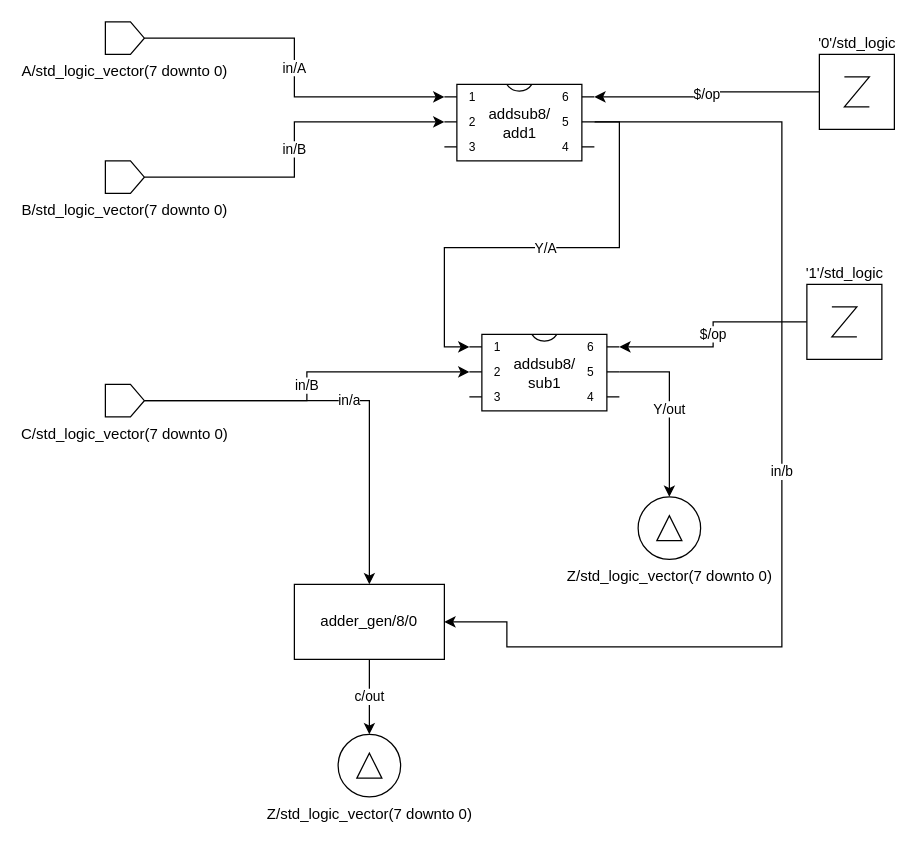
The draw.io diagram page "Page-11" (10 of 13) of Untitled Diagram.drawio in Chewilog/RTL_GEN, before the edit. Source tidied: cells renumbered, new cells numbered last; positions are measured from the earlier drawing's top-left corner, leaving out a move shared by most shapes. Both pictures are drawn from the tidied source at 125%, with x=0, y=0 at pixel (105, 21).
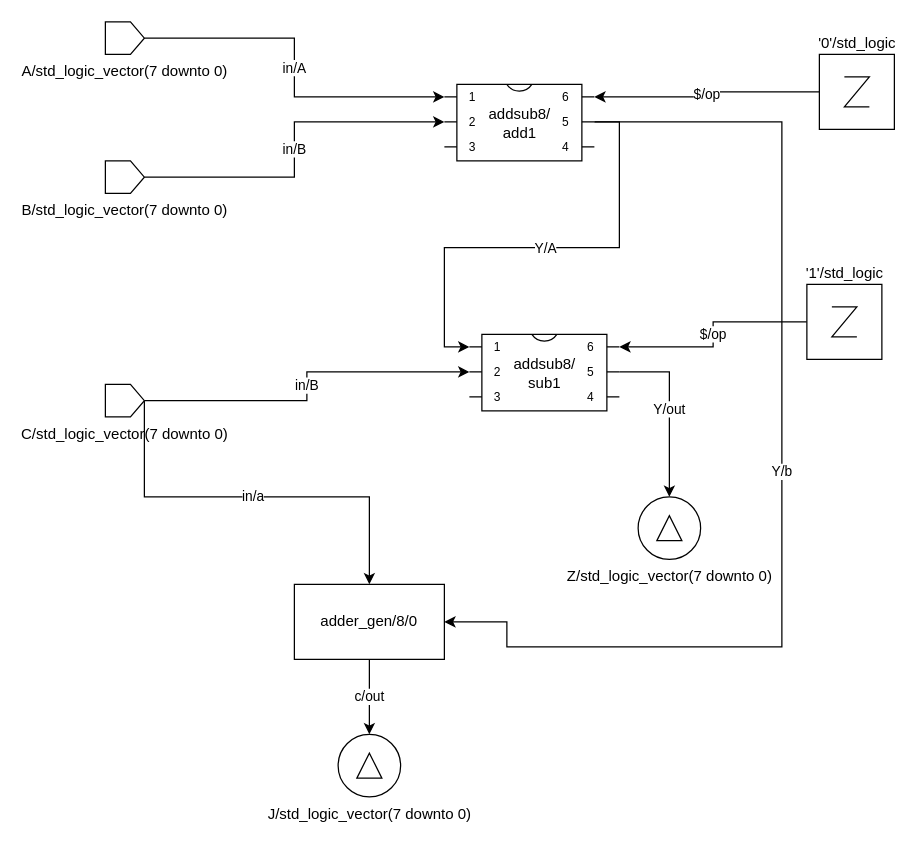
After the change.

Unchanged cells that the change refers to:
```xml
<mxCell id="4" value="addsub8/&lt;br&gt;add1" style="shadow=0;dashed=0;align=center;html=1;strokeWidth=1;shape=mxgraph.electrical.logic_gates.dual_inline_ic;labelNames=a,b,c,d,e,f,g,h,i,j,k,l,m,n,o,p,q,r,s,t;rotation=0;" parent="1" vertex="1">
  <mxGeometry x="271" y="50" width="120" height="61.2" as="geometry" />
</mxCell>
<mxCell id="12" value="C/std_logic_vector(7 downto 0)" style="verticalLabelPosition=bottom;shadow=0;dashed=0;align=center;html=1;verticalAlign=top;shape=mxgraph.electrical.abstract.dac;" parent="1" vertex="1">
  <mxGeometry x="-0.2" y="290" width="31.2" height="26" as="geometry" />
</mxCell>
<mxCell id="21" value="adder_gen/8/0" style="rounded=0;whiteSpace=wrap;html=1;labelBackgroundColor=#FFFFFF;fontColor=#000000;" parent="1" vertex="1">
  <mxGeometry x="151" y="450" width="120" height="60" as="geometry" />
</mxCell>
```

Diff of the diagram source:
```diff
@@
-    <mxCell id="3" value="in/b" style="edgeStyle=orthogonalEdgeStyle;rounded=0;jettySize=auto;html=1;exitX=1;exitY=0;exitDx=0;exitDy=30;exitPerimeter=0;entryX=1;entryY=0.5;entryDx=0;entryDy=0;" parent="1" edge="1" source="4" target="21">
+    <mxCell id="3" value="Y/b" style="edgeStyle=orthogonalEdgeStyle;rounded=0;jettySize=auto;html=1;exitX=1;exitY=0;exitDx=0;exitDy=30;exitPerimeter=0;entryX=1;entryY=0.5;entryDx=0;entryDy=0;" parent="1" edge="1" source="4" target="21">
       <mxGeometry relative="1" as="geometry">
         <Array as="points">
           <mxPoint x="541" y="80" />
           <mxPoint x="541" y="500" />
           <mxPoint x="321" y="500" />
           <mxPoint x="321" y="480" />
         </Array>
       </mxGeometry>
     </mxCell>
@@
     <mxCell id="11" value="in/a" style="edgeStyle=orthogonalEdgeStyle;rounded=0;jettySize=auto;html=1;exitX=1;exitY=0.5;exitDx=0;exitDy=0;exitPerimeter=0;entryX=0.5;entryY=0;entryDx=0;entryDy=0;" parent="1" edge="1" source="12" target="21">
-      <mxGeometry relative="1" as="geometry" />
+      <mxGeometry relative="1" as="geometry">
+        <Array as="points">
+          <mxPoint x="31" y="380" />
+          <mxPoint x="211" y="380" />
+        </Array>
+      </mxGeometry>
     </mxCell>
@@
-    <mxCell id="20" value="Z/std_logic_vector(7 downto 0)" style="verticalLabelPosition=bottom;shadow=0;dashed=0;align=center;html=1;verticalAlign=top;shape=mxgraph.electrical.abstract.delta;" parent="1" vertex="1">
+    <mxCell id="20" value="J/std_logic_vector(7 downto 0)" style="verticalLabelPosition=bottom;shadow=0;dashed=0;align=center;html=1;verticalAlign=top;shape=mxgraph.electrical.abstract.delta;" parent="1" vertex="1">
       <mxGeometry x="186" y="570" width="50" height="50" as="geometry" />
     </mxCell>
```
